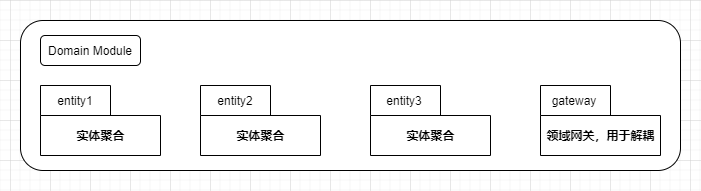
The draw.io diagram doc/image/witboot-domain.png in sunxiaozhi/WitBoot, before a commit. Source tidied: cells renumbered, new cells last; positions are measured from the earlier drawing's top-left corner, leaving out a move shared by most shapes. Its diagram source:
```xml
<mxGraphModel>
  <root>
    <mxCell id="0" />
    <mxCell id="1" parent="0" />
    <mxCell id="2" style="rounded=1;whiteSpace=wrap;html=1;" parent="1" vertex="1">
      <mxGeometry width="660" height="150" as="geometry" />
    </mxCell>
    <mxCell id="3" value="实体聚合" style="shape=folder;fontStyle=1;tabWidth=70;tabHeight=30;tabPosition=left;html=1;boundedLbl=1;" parent="1" vertex="1">
      <mxGeometry x="20" y="65" width="120" height="70" as="geometry" />
    </mxCell>
    <mxCell id="4" value="Domain Module" style="rounded=1;whiteSpace=wrap;html=1;" parent="1" vertex="1">
      <mxGeometry x="20" y="15" width="100" height="30" as="geometry" />
    </mxCell>
    <mxCell id="5" value="实体聚合" style="shape=folder;fontStyle=1;tabWidth=70;tabHeight=30;tabPosition=left;html=1;boundedLbl=1;" parent="1" vertex="1">
      <mxGeometry x="180" y="65" width="120" height="70" as="geometry" />
    </mxCell>
    <mxCell id="6" value="entity1" style="text;html=1;strokeColor=none;fillColor=none;align=center;verticalAlign=middle;whiteSpace=wrap;rounded=0;" parent="1" vertex="1">
      <mxGeometry x="35" y="70" width="40" height="20" as="geometry" />
    </mxCell>
    <mxCell id="7" style="edgeStyle=orthogonalEdgeStyle;rounded=0;orthogonalLoop=1;jettySize=auto;html=1;exitX=0.5;exitY=1;exitDx=0;exitDy=0;" parent="1" edge="1">
      <mxGeometry relative="1" as="geometry">
        <mxPoint x="50" y="109" as="sourcePoint" />
        <mxPoint x="50" y="109" as="targetPoint" />
      </mxGeometry>
    </mxCell>
    <mxCell id="8" value="领域网关，用于解耦" style="shape=folder;fontStyle=1;tabWidth=70;tabHeight=30;tabPosition=left;html=1;boundedLbl=1;" parent="1" vertex="1">
      <mxGeometry x="520" y="65" width="120" height="70" as="geometry" />
    </mxCell>
    <mxCell id="9" value="实体聚合" style="shape=folder;fontStyle=1;tabWidth=70;tabHeight=30;tabPosition=left;html=1;boundedLbl=1;" parent="1" vertex="1">
      <mxGeometry x="350" y="65" width="120" height="70" as="geometry" />
    </mxCell>
    <mxCell id="10" value="entity2" style="text;html=1;strokeColor=none;fillColor=none;align=center;verticalAlign=middle;whiteSpace=wrap;rounded=0;" parent="1" vertex="1">
      <mxGeometry x="195" y="70" width="40" height="20" as="geometry" />
    </mxCell>
    <mxCell id="11" value="gateway" style="text;html=1;strokeColor=none;fillColor=none;align=center;verticalAlign=middle;whiteSpace=wrap;rounded=0;" parent="1" vertex="1">
      <mxGeometry x="534" y="70" width="40" height="20" as="geometry" />
    </mxCell>
    <mxCell id="12" value="entity3" style="text;html=1;strokeColor=none;fillColor=none;align=center;verticalAlign=middle;whiteSpace=wrap;rounded=0;" parent="1" vertex="1">
      <mxGeometry x="363.5" y="70" width="40" height="20" as="geometry" />
    </mxCell>
  </root>
</mxGraphModel>
```
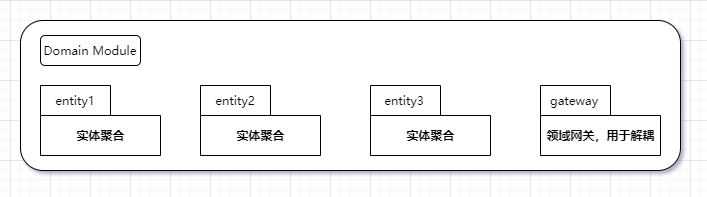
The same file after the commit.

Change to the diagram source:
```diff
@@ -2,40 +2,40 @@
   <root>
     <mxCell id="0" />
     <mxCell id="1" parent="0" />
-    <mxCell id="2" style="rounded=1;whiteSpace=wrap;html=1;" parent="1" vertex="1">
+    <mxCell id="2" style="rounded=1;whiteSpace=wrap;html=1;fontFamily=SourceCodePro-Medium;" parent="1" vertex="1">
       <mxGeometry width="660" height="150" as="geometry" />
     </mxCell>
-    <mxCell id="3" value="实体聚合" style="shape=folder;fontStyle=1;tabWidth=70;tabHeight=30;tabPosition=left;html=1;boundedLbl=1;" parent="1" vertex="1">
+    <mxCell id="3" value="实体聚合" style="shape=folder;fontStyle=1;tabWidth=70;tabHeight=30;tabPosition=left;html=1;boundedLbl=1;fontFamily=SourceCodePro-Medium;" parent="1" vertex="1">
       <mxGeometry x="20" y="65" width="120" height="70" as="geometry" />
     </mxCell>
-    <mxCell id="4" value="Domain Module" style="rounded=1;whiteSpace=wrap;html=1;" parent="1" vertex="1">
+    <mxCell id="4" value="Domain Module" style="rounded=1;whiteSpace=wrap;html=1;fontFamily=SourceCodePro-Medium;" parent="1" vertex="1">
       <mxGeometry x="20" y="15" width="100" height="30" as="geometry" />
     </mxCell>
-    <mxCell id="5" value="实体聚合" style="shape=folder;fontStyle=1;tabWidth=70;tabHeight=30;tabPosition=left;html=1;boundedLbl=1;" parent="1" vertex="1">
+    <mxCell id="5" value="实体聚合" style="shape=folder;fontStyle=1;tabWidth=70;tabHeight=30;tabPosition=left;html=1;boundedLbl=1;fontFamily=SourceCodePro-Medium;" parent="1" vertex="1">
       <mxGeometry x="180" y="65" width="120" height="70" as="geometry" />
     </mxCell>
-    <mxCell id="6" value="entity1" style="text;html=1;strokeColor=none;fillColor=none;align=center;verticalAlign=middle;whiteSpace=wrap;rounded=0;" parent="1" vertex="1">
+    <mxCell id="6" value="entity1" style="text;html=1;strokeColor=none;fillColor=none;align=center;verticalAlign=middle;whiteSpace=wrap;rounded=0;fontFamily=SourceCodePro-Medium;" parent="1" vertex="1">
       <mxGeometry x="35" y="70" width="40" height="20" as="geometry" />
     </mxCell>
-    <mxCell id="7" style="edgeStyle=orthogonalEdgeStyle;rounded=0;orthogonalLoop=1;jettySize=auto;html=1;exitX=0.5;exitY=1;exitDx=0;exitDy=0;" parent="1" edge="1">
+    <mxCell id="7" style="edgeStyle=orthogonalEdgeStyle;rounded=0;orthogonalLoop=1;jettySize=auto;html=1;exitX=0.5;exitY=1;exitDx=0;exitDy=0;fontFamily=SourceCodePro-Medium;" parent="1" edge="1">
       <mxGeometry relative="1" as="geometry">
         <mxPoint x="50" y="109" as="sourcePoint" />
         <mxPoint x="50" y="109" as="targetPoint" />
       </mxGeometry>
     </mxCell>
-    <mxCell id="8" value="领域网关，用于解耦" style="shape=folder;fontStyle=1;tabWidth=70;tabHeight=30;tabPosition=left;html=1;boundedLbl=1;" parent="1" vertex="1">
+    <mxCell id="8" value="领域网关，用于解耦" style="shape=folder;fontStyle=1;tabWidth=70;tabHeight=30;tabPosition=left;html=1;boundedLbl=1;fontFamily=SourceCodePro-Medium;" parent="1" vertex="1">
       <mxGeometry x="520" y="65" width="120" height="70" as="geometry" />
     </mxCell>
-    <mxCell id="9" value="实体聚合" style="shape=folder;fontStyle=1;tabWidth=70;tabHeight=30;tabPosition=left;html=1;boundedLbl=1;" parent="1" vertex="1">
+    <mxCell id="9" value="实体聚合" style="shape=folder;fontStyle=1;tabWidth=70;tabHeight=30;tabPosition=left;html=1;boundedLbl=1;fontFamily=SourceCodePro-Medium;" parent="1" vertex="1">
       <mxGeometry x="350" y="65" width="120" height="70" as="geometry" />
     </mxCell>
-    <mxCell id="10" value="entity2" style="text;html=1;strokeColor=none;fillColor=none;align=center;verticalAlign=middle;whiteSpace=wrap;rounded=0;" parent="1" vertex="1">
+    <mxCell id="10" value="entity2" style="text;html=1;strokeColor=none;fillColor=none;align=center;verticalAlign=middle;whiteSpace=wrap;rounded=0;fontFamily=SourceCodePro-Medium;" parent="1" vertex="1">
       <mxGeometry x="195" y="70" width="40" height="20" as="geometry" />
     </mxCell>
-    <mxCell id="11" value="gateway" style="text;html=1;strokeColor=none;fillColor=none;align=center;verticalAlign=middle;whiteSpace=wrap;rounded=0;" parent="1" vertex="1">
+    <mxCell id="11" value="gateway" style="text;html=1;strokeColor=none;fillColor=none;align=center;verticalAlign=middle;whiteSpace=wrap;rounded=0;fontFamily=SourceCodePro-Medium;" parent="1" vertex="1">
       <mxGeometry x="534" y="70" width="40" height="20" as="geometry" />
     </mxCell>
-    <mxCell id="12" value="entity3" style="text;html=1;strokeColor=none;fillColor=none;align=center;verticalAlign=middle;whiteSpace=wrap;rounded=0;" parent="1" vertex="1">
+    <mxCell id="12" value="entity3" style="text;html=1;strokeColor=none;fillColor=none;align=center;verticalAlign=middle;whiteSpace=wrap;rounded=0;fontFamily=SourceCodePro-Medium;" parent="1" vertex="1">
       <mxGeometry x="363.5" y="70" width="40" height="20" as="geometry" />
     </mxCell>
   </root>
```
